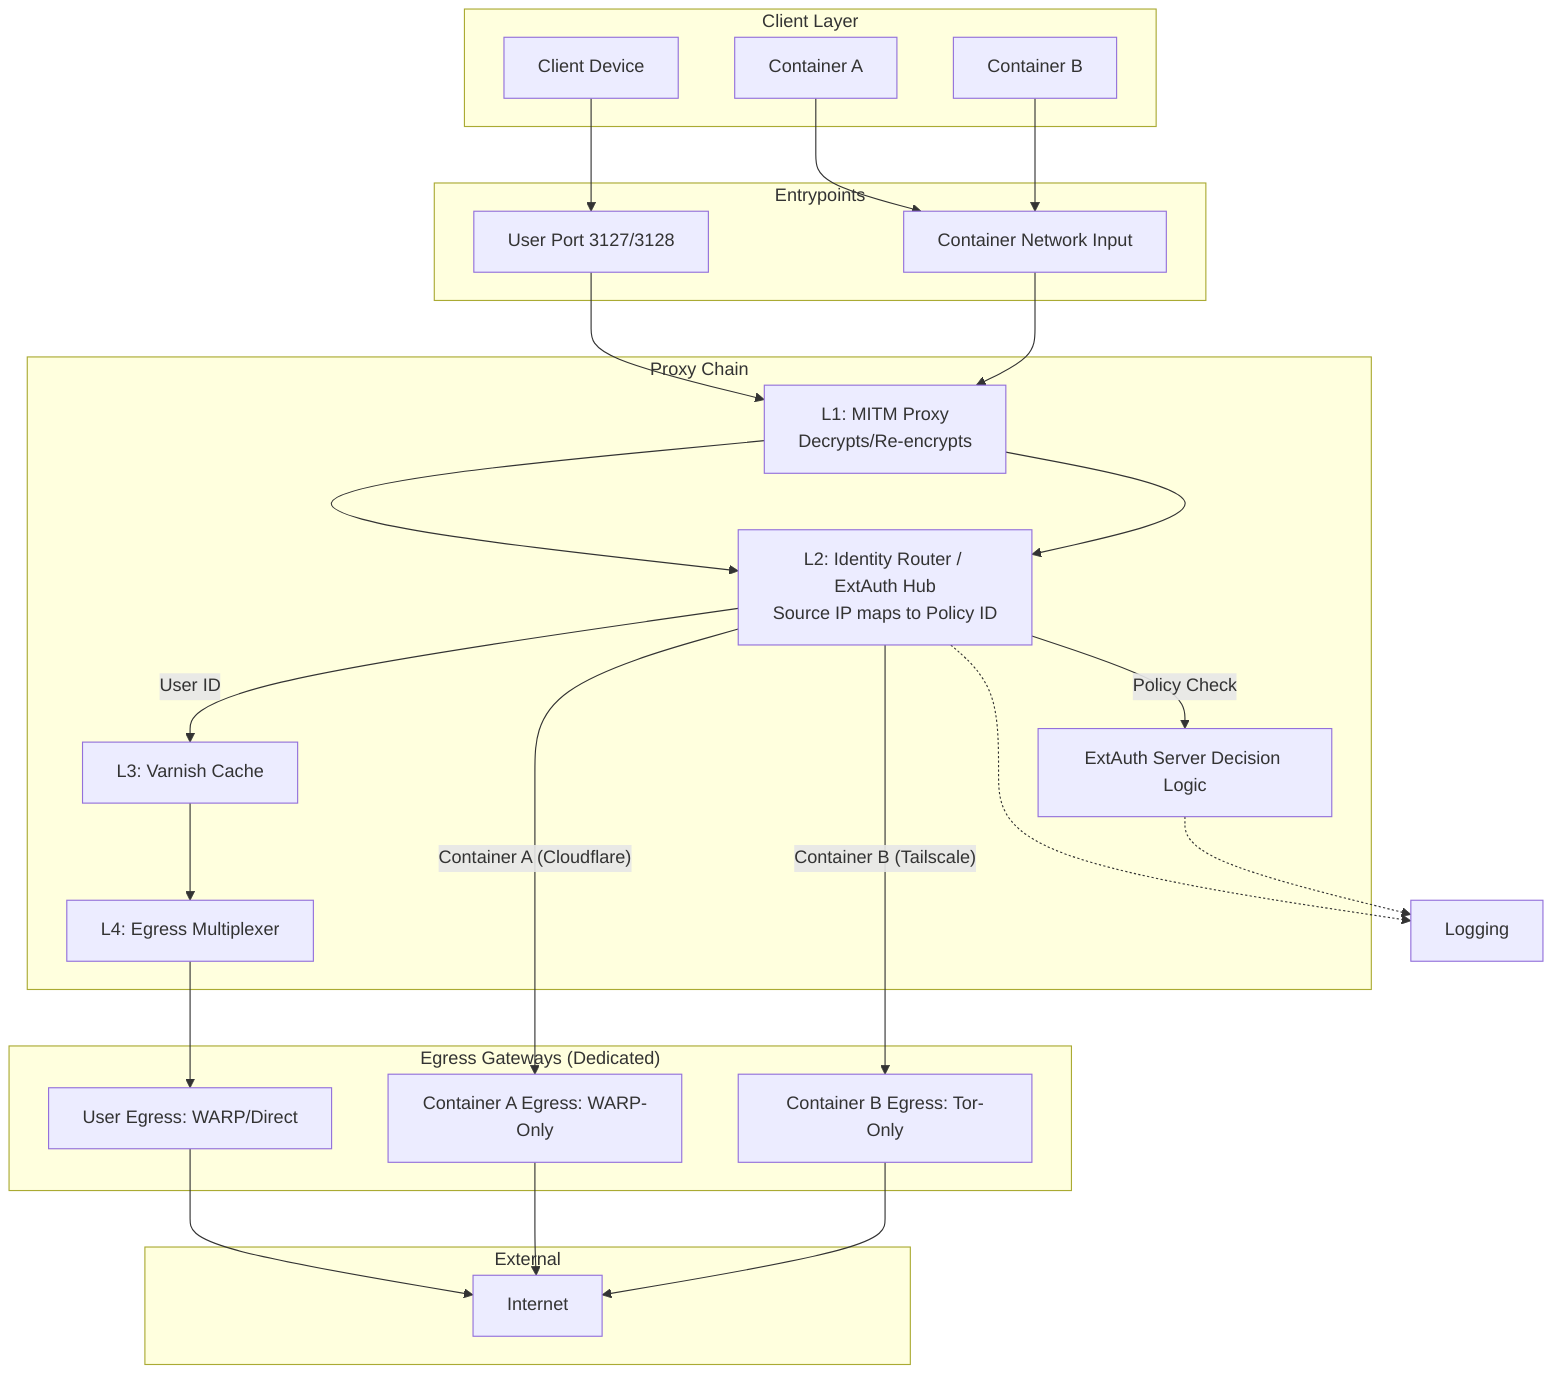
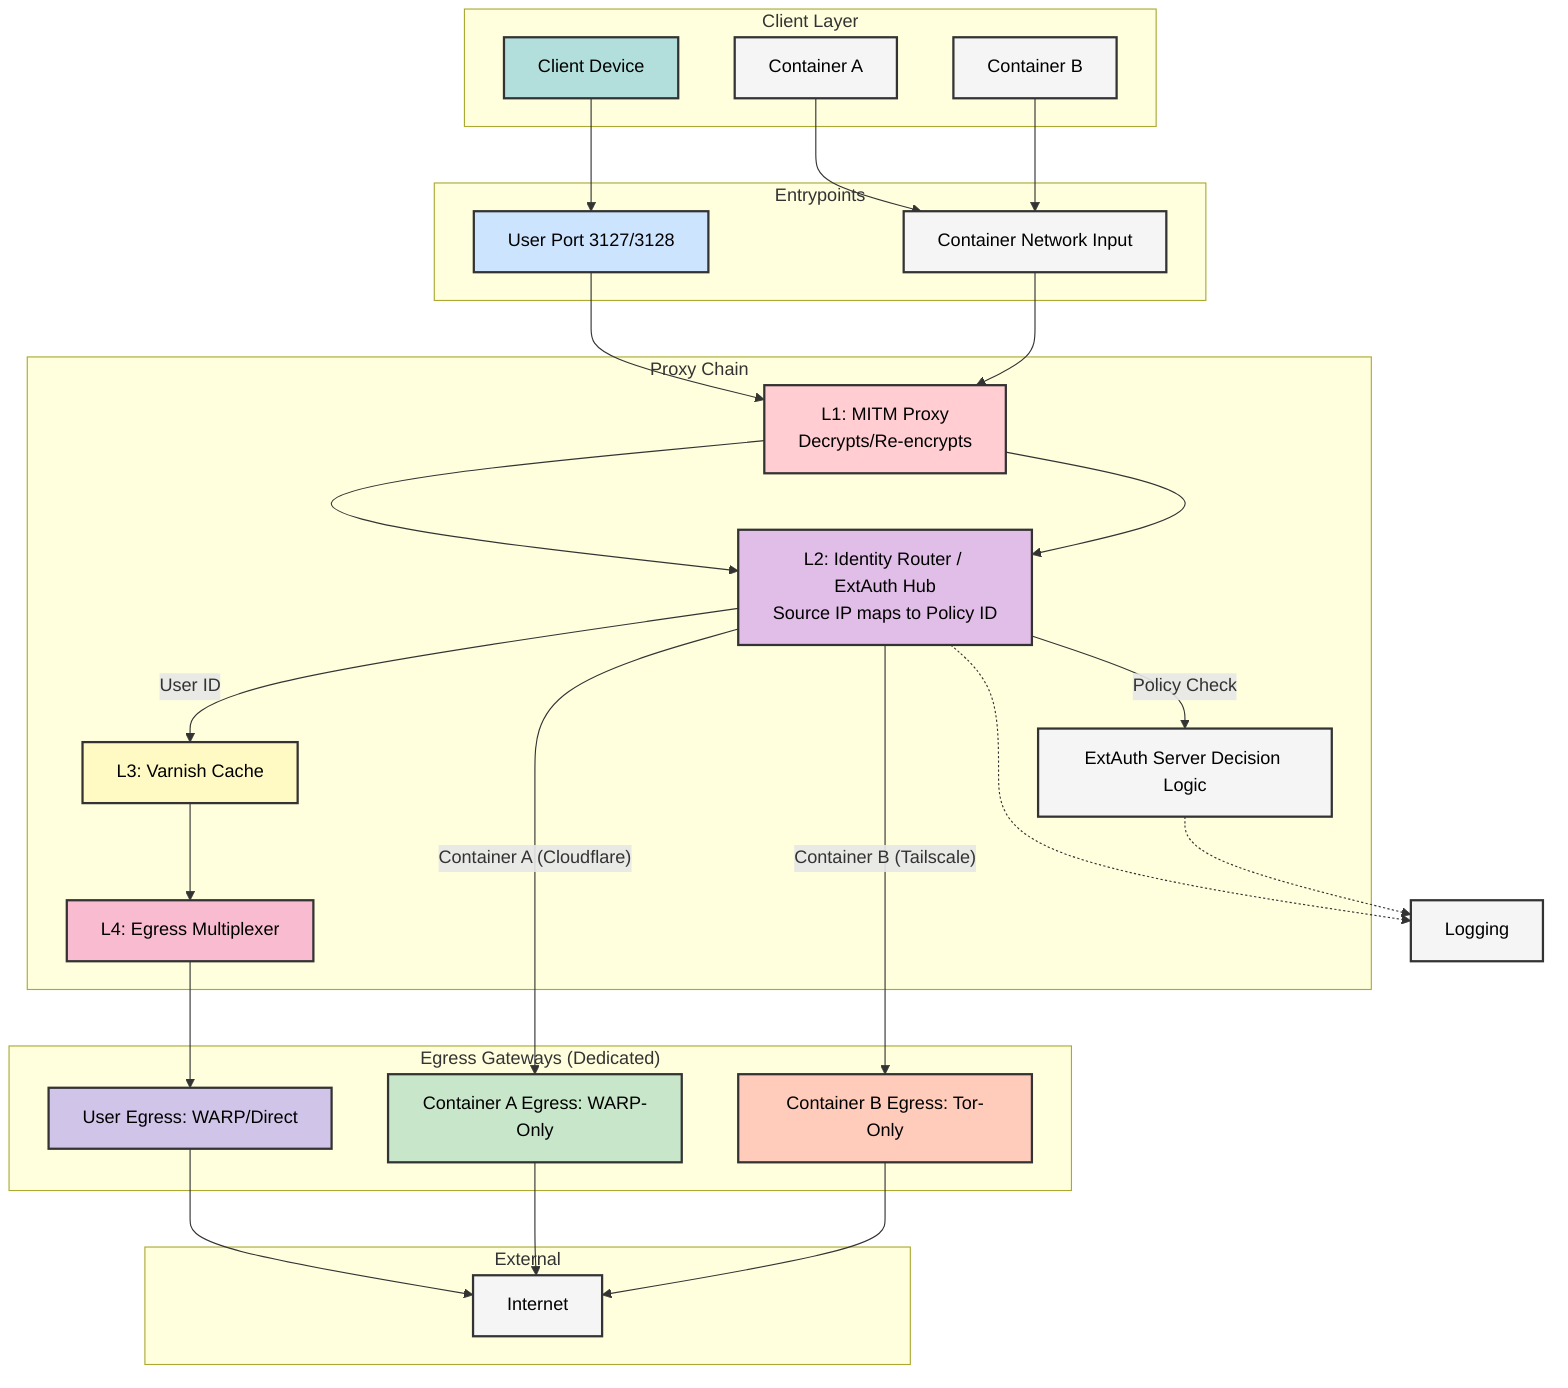
graph TD
+     classDef default fill:#f5f5f5,stroke:#333,stroke-width:2px,color:#000000
    subgraph "Client Layer"
        Client["Client Device"]
        ContainerA["Container A"]
        ContainerB["Container B"]
    end

    subgraph "Entrypoints"
        Transparent["User Port 3127/3128"]
        Container_Net_Input["Container Network Input"]
    end

    subgraph "Proxy Chain"
        MITM["L1: MITM Proxy<br/>Decrypts/Re-encrypts"]
        PolicyEnforcer[L2: Identity Router / ExtAuth Hub<br/>Source IP maps to Policy ID]
        AuthServer[ExtAuth Server Decision Logic]
        Caching[L3: Varnish Cache]
        Gost[L4: Egress Multiplexer]
    end

    subgraph "Egress Gateways (Dedicated)"
        Egress_User[User Egress: WARP/Direct]
        Egress_A[Container A Egress: WARP-Only]
        Egress_B[Container B Egress: Tor-Only]
    end

    subgraph "External"
        Internet[Internet]
    end

    %% --- User Traffic (Standard Path) ---
    Client --> Transparent
    Transparent --> MITM
    MITM --> PolicyEnforcer
    PolicyEnforcer -- User ID --> Caching
    Caching --> Gost
    Gost --> Egress_User
    Egress_User --> Internet

    %% --- Container Traffic (Dedicated Paths) ---
    ContainerA --> Container_Net_Input
    ContainerB --> Container_Net_Input
    Container_Net_Input --> MITM

    MITM --> PolicyEnforcer

    %% L2 Decision Splits Traffic
    PolicyEnforcer -- Container A (Cloudflare) --> Egress_A
    PolicyEnforcer -- Container B (Tailscale) --> Egress_B

    %% Egress Re-encryption (Happens at this step)
    Egress_A --> Internet
    Egress_B --> Internet

    %% Logging and ExtAuth Management
    PolicyEnforcer -- Policy Check --> AuthServer
    PolicyEnforcer -.-> Logger[Logging]
    AuthServer -.-> Logger
+ 
+     %% Style definitions for better visibility
+     style Client fill:#b2dfdb,stroke:#333,stroke-width:2px,color:#000000
+     style Transparent fill:#cde4ff,stroke:#333,stroke-width:2px,color:#000000
+     style MITM fill:#ffcdd2,stroke:#333,stroke-width:2px,color:#000000
+     style PolicyEnforcer fill:#e1bee7,stroke:#333,stroke-width:2px,color:#000000
+     style Caching fill:#fff9c4,stroke:#333,stroke-width:2px,color:#000000
+     style Gost fill:#f8bbd0,stroke:#333,stroke-width:2px,color:#000000
+     style Egress_User fill:#d1c4e9,stroke:#333,stroke-width:2px,color:#000000
+     style Egress_A fill:#c8e6c9,stroke:#333,stroke-width:2px,color:#000000
+     style Egress_B fill:#ffccbc,stroke:#333,stroke-width:2px,color:#000000
